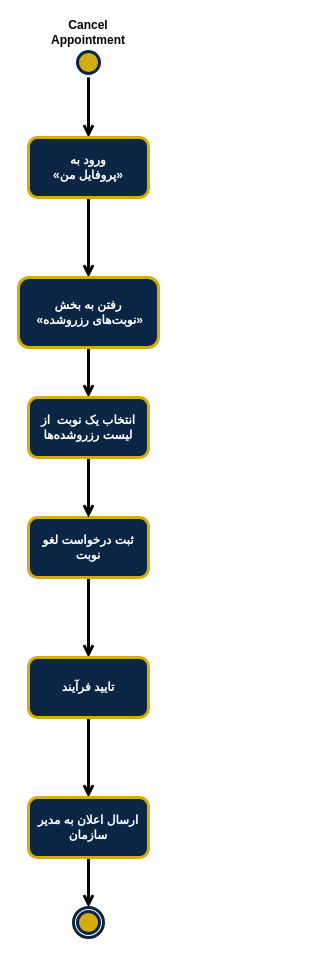
Earlier version of the draw.io diagram page "Cancel Appo" (1 of 3) of Documentation/Analysis/Use-Case Docs/Customer/Customer Act Diag.drawio (TnT74K/Project-SAD). Source tidied: cells renumbered, new cells numbered last; positions are measured from the earlier drawing's top-left corner, leaving out a move shared by most shapes. Both pictures are drawn from the tidied source at 100%, with x=0, y=0 at pixel (18, 17).
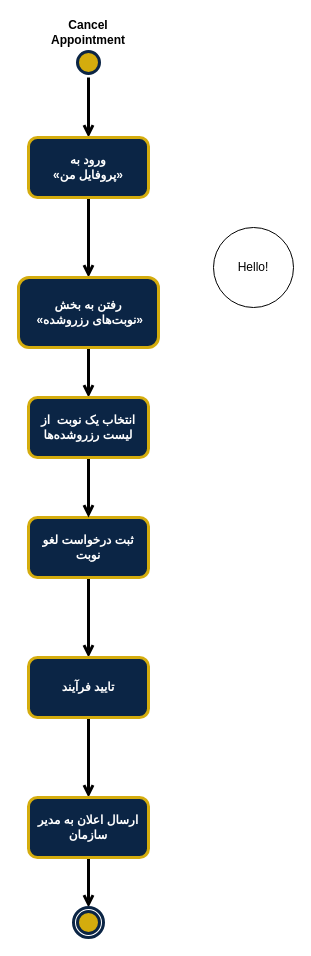
The same diagram, later.

Diff of the diagram source:
```diff
@@
 <mxGraphModel>
   <root>
     <mxCell id="0" />
     <mxCell id="1" parent="0" />
     <mxCell id="2" style="ellipse;html=1;shape=startState;fillColor=light-dark(#D4AC0D,#805E00);strokeColor=light-dark(#0B2545,#C0D6E8);strokeWidth=3;" parent="1" vertex="1">
       <mxGeometry x="55" y="30" width="30" height="30" as="geometry" />
     </mxCell>
     <mxCell id="3" style="edgeStyle=orthogonalEdgeStyle;html=1;verticalAlign=middle;endArrow=open;strokeColor=light-dark(#000000,#FFFFFF);rounded=0;strokeWidth=3;align=center;fontFamily=Helvetica;fontSize=11;fontColor=default;fontStyle=1;labelBackgroundColor=default;endFill=0;" parent="1" edge="1" source="2">
       <mxGeometry relative="1" as="geometry">
         <mxPoint x="70" y="120" as="targetPoint" />
       </mxGeometry>
     </mxCell>
     <mxCell id="4" style="edgeStyle=orthogonalEdgeStyle;shape=connector;rounded=0;jettySize=auto;html=1;strokeColor=light-dark(#000000,#FFFFFF);strokeWidth=3;align=center;verticalAlign=middle;fontFamily=Helvetica;fontSize=11;fontColor=default;labelBackgroundColor=default;endArrow=open;endFill=0;fontStyle=1;" parent="1" edge="1" source="5" target="7">
       <mxGeometry relative="1" as="geometry" />
     </mxCell>
     <mxCell id="5" value="&lt;font&gt;ورود به&lt;/font&gt;&lt;div&gt;&lt;font&gt;«پروفایل من»&lt;/font&gt;&lt;/div&gt;" style="rounded=1;whiteSpace=wrap;html=1;strokeColor=light-dark(#D4AC0D,#D4AC0D);align=center;verticalAlign=middle;fontFamily=zain;fontSize=12;fontColor=light-dark(#FFFFFF,#FFFFFF);fillColor=light-dark(#0B2545,#C0D6E8);strokeWidth=3;fontStyle=1;" parent="1" vertex="1">
       <mxGeometry x="10" y="120" width="120" height="60" as="geometry" />
     </mxCell>
     <mxCell id="6" style="edgeStyle=orthogonalEdgeStyle;shape=connector;rounded=0;jettySize=auto;html=1;strokeColor=light-dark(#000000,#FFFFFF);strokeWidth=3;align=center;verticalAlign=middle;fontFamily=Helvetica;fontSize=11;fontColor=default;labelBackgroundColor=default;endArrow=open;endFill=0;fontStyle=1;" parent="1" edge="1" source="7" target="17">
       <mxGeometry relative="1" as="geometry" />
     </mxCell>
     <mxCell id="7" value="&lt;div&gt;&lt;span style=&quot;background-color: transparent;&quot;&gt;رفتن به بخش&lt;/span&gt;&lt;/div&gt;&lt;div&gt;&amp;nbsp;«نوبت‌های رزرو‌شده»&lt;/div&gt;" style="whiteSpace=wrap;html=1;fillColor=light-dark(#0B2545,#C0D6E8);strokeColor=light-dark(#D4AC0D,#D4AC0D);fontColor=light-dark(#FFFFFF,#FFFFFF);rounded=1;strokeWidth=3;fontFamily=zain;fontStyle=1;" parent="1" vertex="1">
       <mxGeometry y="260" width="140" height="70" as="geometry" />
     </mxCell>
     <mxCell id="8" style="edgeStyle=orthogonalEdgeStyle;shape=connector;rounded=0;jettySize=auto;html=1;strokeColor=light-dark(#000000,#FFFFFF);strokeWidth=3;align=center;verticalAlign=middle;fontFamily=Helvetica;fontSize=11;fontColor=default;labelBackgroundColor=default;endArrow=open;endFill=0;fontStyle=1;" parent="1" edge="1" source="9" target="11">
       <mxGeometry relative="1" as="geometry" />
     </mxCell>
     <mxCell id="9" value="&lt;font face=&quot;zain&quot;&gt;ثبت درخواست لغو نوبت&lt;/font&gt;" style="rounded=1;whiteSpace=wrap;html=1;strokeColor=light-dark(#D4AC0D,#D4AC0D);strokeWidth=3;align=center;verticalAlign=middle;fontFamily=Helvetica;fontSize=12;fontColor=light-dark(#FFFFFF,#FFFFFF);fillColor=light-dark(#0B2545,#C0D6E8);fontStyle=1;" parent="1" vertex="1">
       <mxGeometry x="10" y="500" width="120" height="60" as="geometry" />
     </mxCell>
     <mxCell id="10" style="edgeStyle=orthogonalEdgeStyle;shape=connector;rounded=0;jettySize=auto;html=1;strokeColor=light-dark(#000000,#FFFFFF);strokeWidth=3;align=center;verticalAlign=middle;fontFamily=Helvetica;fontSize=11;fontColor=default;labelBackgroundColor=default;endArrow=open;endFill=0;fontStyle=1;" parent="1" edge="1" source="11" target="13">
       <mxGeometry relative="1" as="geometry" />
     </mxCell>
     <mxCell id="11" value="تایید فرآیند" style="whiteSpace=wrap;html=1;fillColor=light-dark(#0B2545,#C0D6E8);strokeColor=light-dark(#D4AC0D,#D4AC0D);fontColor=light-dark(#FFFFFF,#FFFFFF);rounded=1;strokeWidth=3;fontFamily=zain;fontStyle=1;" parent="1" vertex="1">
       <mxGeometry x="10" y="640" width="120" height="60" as="geometry" />
     </mxCell>
     <mxCell id="12" style="edgeStyle=orthogonalEdgeStyle;shape=connector;rounded=0;jettySize=auto;html=1;strokeColor=light-dark(#000000,#FFFFFF);strokeWidth=3;align=center;verticalAlign=middle;fontFamily=Helvetica;fontSize=11;fontColor=default;labelBackgroundColor=default;endArrow=open;endFill=0;fontStyle=1;" parent="1" edge="1" source="13" target="14">
       <mxGeometry relative="1" as="geometry" />
     </mxCell>
     <mxCell id="13" value="ارسال اعلان به مدیر سازمان" style="whiteSpace=wrap;html=1;fontFamily=zain;fillColor=light-dark(#0B2545,#C0D6E8);strokeColor=light-dark(#D4AC0D,#D4AC0D);fontColor=light-dark(#FFFFFF,#FFFFFF);rounded=1;strokeWidth=3;fontStyle=1;" parent="1" vertex="1">
       <mxGeometry x="10" y="780" width="120" height="60" as="geometry" />
     </mxCell>
     <mxCell id="14" style="ellipse;html=1;shape=endState;fillColor=light-dark(#D4AC0D,#805E00);strokeColor=light-dark(#0B2545,#C0D6E8);rounded=1;strokeWidth=3;align=center;verticalAlign=middle;fontFamily=zain;fontSize=12;fontColor=light-dark(#0B2545,#C0D6E8);" parent="1" vertex="1">
       <mxGeometry x="55" y="890" width="30" height="30" as="geometry" />
     </mxCell>
     <mxCell id="15" value="Cancel Appointment" style="text;html=1;whiteSpace=wrap;strokeColor=none;fillColor=none;align=center;verticalAlign=middle;rounded=0;fontFamily=zain;fontStyle=1;" parent="1" vertex="1">
       <mxGeometry x="40" width="60" height="30" as="geometry" />
     </mxCell>
     <mxCell id="16" style="edgeStyle=orthogonalEdgeStyle;shape=connector;rounded=0;jettySize=auto;html=1;strokeColor=light-dark(#000000,#FFFFFF);strokeWidth=3;align=center;verticalAlign=middle;fontFamily=Helvetica;fontSize=11;fontColor=default;labelBackgroundColor=default;endArrow=open;endFill=0;fontStyle=1;" parent="1" edge="1" source="17" target="9">
       <mxGeometry relative="1" as="geometry" />
     </mxCell>
     <mxCell id="17" value="انتخاب یک نوبت&amp;nbsp; از لیست رزروشده‌ها" style="rounded=1;whiteSpace=wrap;html=1;strokeColor=light-dark(#D4AC0D,#D4AC0D);strokeWidth=3;align=center;verticalAlign=middle;fontFamily=zain;fontSize=12;fontColor=light-dark(#FFFFFF,#FFFFFF);fontStyle=1;fillColor=light-dark(#0B2545,#C0D6E8);" parent="1" vertex="1">
       <mxGeometry x="10" y="380" width="120" height="60" as="geometry" />
     </mxCell>
+    <mxCell id="18" value="Hello!" style="ellipse;whiteSpace=wrap;html=1;" parent="1" vertex="1">
+      <mxGeometry x="195" y="210" width="80" height="80" as="geometry" />
+    </mxCell>
   </root>
 </mxGraphModel>
```
